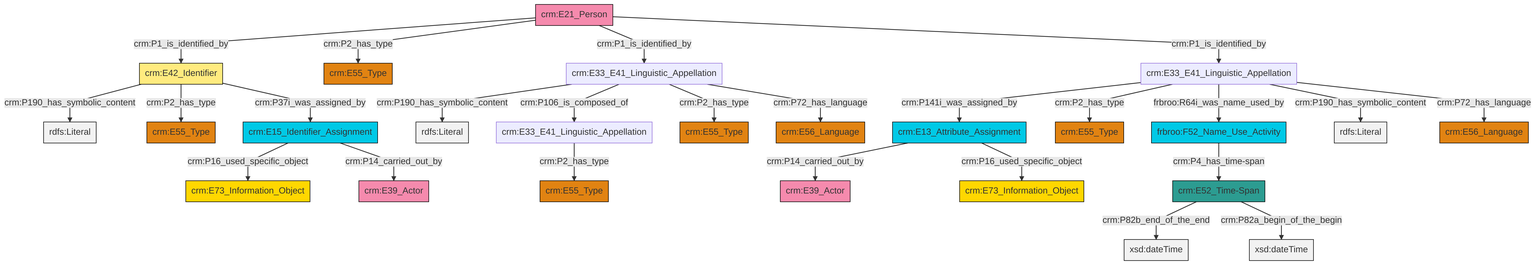
Earlier version of the Mermaid export et/personCSV/ttl/mmd/png/Person_Names_and_Classification.png (swiss-art-research-net/reference-data-models). Its source is kept beside it as et/personCSV/ttl/mmd/Person_Names_and_Classification.ttl.mmd.
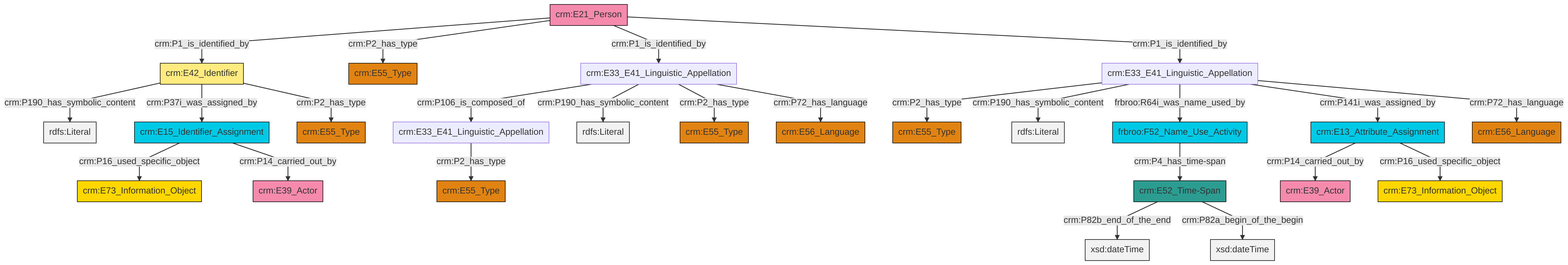
After the commit.

The edit, as a diff of the source:
```diff
@@ -13,27 +13,27 @@
 classDef PC_Classes fill:#4ce600, stroke:#000000;
 classDef Multi fill:#cccccc,stroke:#000000;
 
-2["frbroo:F52_Name_Use_Activity"]:::Temporal_Entity -->|crm:P4_has_time-span| 3["crm:E52_Time-Span"]:::Time-Span
-6["crm:E33_E41_Linguistic_Appellation"]:::Default -->|crm:P141i_was_assigned_by| 0["crm:E13_Attribute_Assignment"]:::Temporal_Entity
-3["crm:E52_Time-Span"]:::Time-Span -->|crm:P82b_end_of_the_end| 13[xsd:dateTime]:::Literal
-18["crm:E21_Person"]:::Actor -->|crm:P1_is_identified_by| 7["crm:E42_Identifier"]:::Appellation
-20["crm:E15_Identifier_Assignment"]:::Temporal_Entity -->|crm:P16_used_specific_object| 21["crm:E73_Information_Object"]:::Conceptual_Object
-18["crm:E21_Person"]:::Actor -->|crm:P2_has_type| 22["crm:E55_Type"]:::Type
-14["crm:E33_E41_Linguistic_Appellation"]:::Default -->|crm:P190_has_symbolic_content| 24[rdfs:Literal]:::Literal
-20["crm:E15_Identifier_Assignment"]:::Temporal_Entity -->|crm:P14_carried_out_by| 11["crm:E39_Actor"]:::Actor
-6["crm:E33_E41_Linguistic_Appellation"]:::Default -->|crm:P2_has_type| 30["crm:E55_Type"]:::Type
-14["crm:E33_E41_Linguistic_Appellation"]:::Default -->|crm:P106_is_composed_of| 31["crm:E33_E41_Linguistic_Appellation"]:::Default
-7["crm:E42_Identifier"]:::Appellation -->|crm:P190_has_symbolic_content| 34[rdfs:Literal]:::Literal
-18["crm:E21_Person"]:::Actor -->|crm:P1_is_identified_by| 14["crm:E33_E41_Linguistic_Appellation"]:::Default
-6["crm:E33_E41_Linguistic_Appellation"]:::Default -->|frbroo:R64i_was_name_used_by| 2["frbroo:F52_Name_Use_Activity"]:::Temporal_Entity
-0["crm:E13_Attribute_Assignment"]:::Temporal_Entity -->|crm:P14_carried_out_by| 36["crm:E39_Actor"]:::Actor
-7["crm:E42_Identifier"]:::Appellation -->|crm:P2_has_type| 25["crm:E55_Type"]:::Type
-7["crm:E42_Identifier"]:::Appellation -->|crm:P37i_was_assigned_by| 20["crm:E15_Identifier_Assignment"]:::Temporal_Entity
-0["crm:E13_Attribute_Assignment"]:::Temporal_Entity -->|crm:P16_used_specific_object| 27["crm:E73_Information_Object"]:::Conceptual_Object
-3["crm:E52_Time-Span"]:::Time-Span -->|crm:P82a_begin_of_the_begin| 39[xsd:dateTime]:::Literal
-14["crm:E33_E41_Linguistic_Appellation"]:::Default -->|crm:P2_has_type| 16["crm:E55_Type"]:::Type
-14["crm:E33_E41_Linguistic_Appellation"]:::Default -->|crm:P72_has_language| 9["crm:E56_Language"]:::Type
-18["crm:E21_Person"]:::Actor -->|crm:P1_is_identified_by| 6["crm:E33_E41_Linguistic_Appellation"]:::Default
-6["crm:E33_E41_Linguistic_Appellation"]:::Default -->|crm:P190_has_symbolic_content| 46[rdfs:Literal]:::Literal
-31["crm:E33_E41_Linguistic_Appellation"]:::Default -->|crm:P2_has_type| 44["crm:E55_Type"]:::Type
-6["crm:E33_E41_Linguistic_Appellation"]:::Default -->|crm:P72_has_language| 4["crm:E56_Language"]:::Type
+0["crm:E42_Identifier"]:::Appellation -->|crm:P190_has_symbolic_content| 1[rdfs:Literal]:::Literal
+4["crm:E33_E41_Linguistic_Appellation"]:::Default -->|crm:P106_is_composed_of| 5["crm:E33_E41_Linguistic_Appellation"]:::Default
+5["crm:E33_E41_Linguistic_Appellation"]:::Default -->|crm:P2_has_type| 6["crm:E55_Type"]:::Type
+4["crm:E33_E41_Linguistic_Appellation"]:::Default -->|crm:P190_has_symbolic_content| 9[rdfs:Literal]:::Literal
+0["crm:E42_Identifier"]:::Appellation -->|crm:P37i_was_assigned_by| 13["crm:E15_Identifier_Assignment"]:::Temporal_Entity
+4["crm:E33_E41_Linguistic_Appellation"]:::Default -->|crm:P2_has_type| 16["crm:E55_Type"]:::Type
+19["crm:E33_E41_Linguistic_Appellation"]:::Default -->|crm:P2_has_type| 20["crm:E55_Type"]:::Type
+21["crm:E13_Attribute_Assignment"]:::Temporal_Entity -->|crm:P14_carried_out_by| 22["crm:E39_Actor"]:::Actor
+19["crm:E33_E41_Linguistic_Appellation"]:::Default -->|crm:P190_has_symbolic_content| 23[rdfs:Literal]:::Literal
+11["crm:E21_Person"]:::Actor -->|crm:P1_is_identified_by| 0["crm:E42_Identifier"]:::Appellation
+13["crm:E15_Identifier_Assignment"]:::Temporal_Entity -->|crm:P16_used_specific_object| 26["crm:E73_Information_Object"]:::Conceptual_Object
+27["crm:E52_Time-Span"]:::Time-Span -->|crm:P82b_end_of_the_end| 28[xsd:dateTime]:::Literal
+13["crm:E15_Identifier_Assignment"]:::Temporal_Entity -->|crm:P14_carried_out_by| 30["crm:E39_Actor"]:::Actor
+21["crm:E13_Attribute_Assignment"]:::Temporal_Entity -->|crm:P16_used_specific_object| 17["crm:E73_Information_Object"]:::Conceptual_Object
+11["crm:E21_Person"]:::Actor -->|crm:P2_has_type| 35["crm:E55_Type"]:::Type
+0["crm:E42_Identifier"]:::Appellation -->|crm:P2_has_type| 7["crm:E55_Type"]:::Type
+11["crm:E21_Person"]:::Actor -->|crm:P1_is_identified_by| 4["crm:E33_E41_Linguistic_Appellation"]:::Default
+24["frbroo:F52_Name_Use_Activity"]:::Temporal_Entity -->|crm:P4_has_time-span| 27["crm:E52_Time-Span"]:::Time-Span
+11["crm:E21_Person"]:::Actor -->|crm:P1_is_identified_by| 19["crm:E33_E41_Linguistic_Appellation"]:::Default
+4["crm:E33_E41_Linguistic_Appellation"]:::Default -->|crm:P72_has_language| 2["crm:E56_Language"]:::Type
+27["crm:E52_Time-Span"]:::Time-Span -->|crm:P82a_begin_of_the_begin| 44[xsd:dateTime]:::Literal
+19["crm:E33_E41_Linguistic_Appellation"]:::Default -->|frbroo:R64i_was_name_used_by| 24["frbroo:F52_Name_Use_Activity"]:::Temporal_Entity
+19["crm:E33_E41_Linguistic_Appellation"]:::Default -->|crm:P141i_was_assigned_by| 21["crm:E13_Attribute_Assignment"]:::Temporal_Entity
+19["crm:E33_E41_Linguistic_Appellation"]:::Default -->|crm:P72_has_language| 32["crm:E56_Language"]:::Type
```
